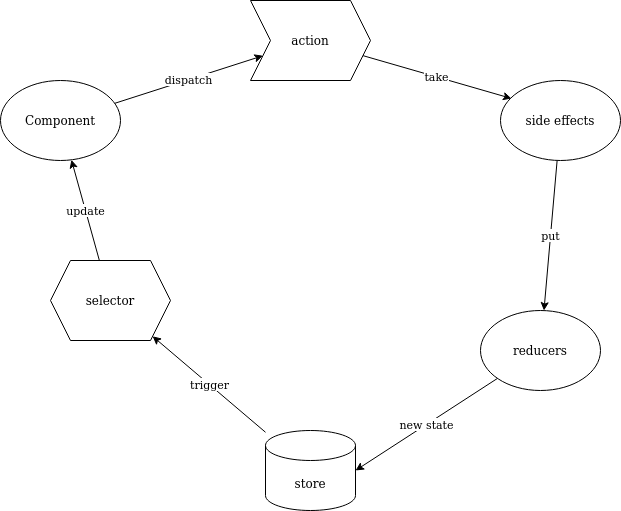
stsiwo/react_redux_concept keeps this draw.io diagram as react-redux-saga-reselect-overview-logic.png. Above is the earlier version. Source tidied: cells renumbered, new cells last; positions are measured from the earlier drawing's top-left corner, leaving out a move shared by most shapes.
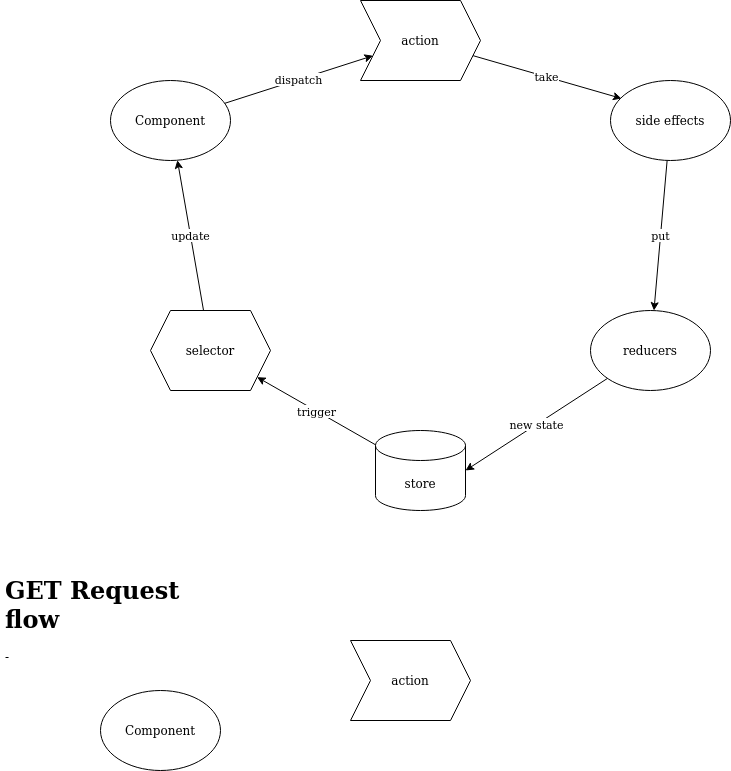
The same file after the commit.

The edit, as a diff of the source:
```diff
@@ -36,7 +36,16 @@
       <mxGeometry relative="1" as="geometry" />
     </mxCell>
     <mxCell id="13" value="selector" style="shape=hexagon;perimeter=hexagonPerimeter2;whiteSpace=wrap;html=1;fixedSize=1;" parent="1" vertex="1">
-      <mxGeometry x="50" y="260" width="120" height="80" as="geometry" />
+      <mxGeometry x="40" y="310" width="120" height="80" as="geometry" />
     </mxCell>
+    <mxCell id="14" value="&lt;h1&gt;GET Request flow&lt;br&gt;&lt;/h1&gt;&lt;p&gt;- &lt;br&gt;&lt;/p&gt;" style="text;html=1;strokeColor=none;fillColor=none;spacing=5;spacingTop=-20;whiteSpace=wrap;overflow=hidden;rounded=0;" parent="1" vertex="1">
+      <mxGeometry x="-110" y="570" width="220" height="120" as="geometry" />
+    </mxCell>
+    <mxCell id="15" value="Component" style="ellipse;whiteSpace=wrap;html=1;" parent="1" vertex="1">
+      <mxGeometry x="-10" y="690" width="120" height="80" as="geometry" />
+    </mxCell>
+    <mxCell id="16" value="action" style="shape=step;perimeter=stepPerimeter;whiteSpace=wrap;html=1;fixedSize=1;" parent="1" vertex="1">
+      <mxGeometry x="240" y="640" width="120" height="80" as="geometry" />
+    </mxCell>
   </root>
 </mxGraphModel>
```
